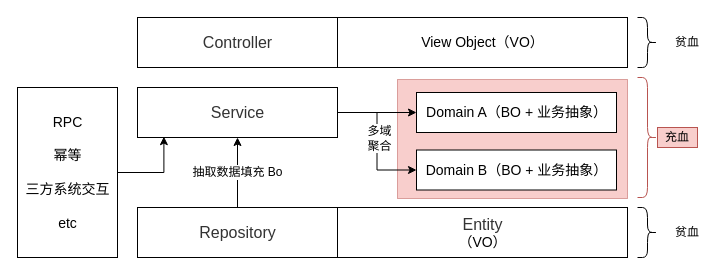
plusmancn/learn-arithmetic keeps this draw.io diagram as page "领域分层" (3 of 3) of material/设计模式.drawio. Above is the earlier version. Source tidied: cells renumbered, new cells numbered last; positions are measured from the earlier drawing's top-left corner, leaving out a move shared by most shapes. Both pictures are drawn from the tidied source at 100%, with x=0, y=0 at pixel (17, 17).
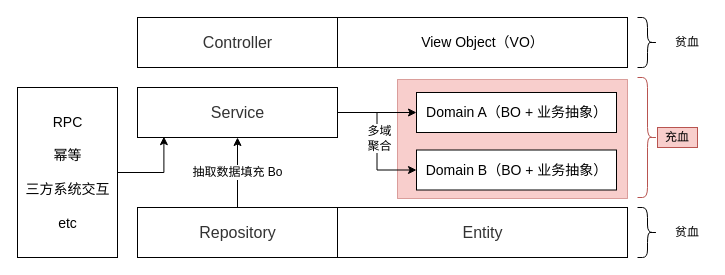
After the change.

Change to the diagram source:
```diff
@@
-    <mxCell id="8" value="&lt;span style=&quot;color: rgb(51 , 51 , 51) ; font-family: &amp;#34;pingfang sc&amp;#34; , &amp;#34;lantinghei sc&amp;#34; , &amp;#34;microsoft yahei&amp;#34; , &amp;#34;hiragino sans gb&amp;#34; , &amp;#34;microsoft sans serif&amp;#34; , &amp;#34;wenquanyi micro hei&amp;#34; , &amp;#34;helvetica&amp;#34; , sans-serif ; font-size: 16px ; white-space: normal ; background-color: rgb(255 , 255 , 255)&quot;&gt;Entity&lt;/span&gt;（VO）" style="html=1;fontSize=14;" parent="1" vertex="1">
+    <mxCell id="8" value="&lt;span style=&quot;color: rgb(51 , 51 , 51) ; font-family: &amp;#34;pingfang sc&amp;#34; , &amp;#34;lantinghei sc&amp;#34; , &amp;#34;microsoft yahei&amp;#34; , &amp;#34;hiragino sans gb&amp;#34; , &amp;#34;microsoft sans serif&amp;#34; , &amp;#34;wenquanyi micro hei&amp;#34; , &amp;#34;helvetica&amp;#34; , sans-serif ; font-size: 16px ; white-space: normal ; background-color: rgb(255 , 255 , 255)&quot;&gt;Entity&lt;/span&gt;" style="html=1;fontSize=14;" parent="1" vertex="1">
       <mxGeometry x="320" y="190" width="290" height="50" as="geometry" />
     </mxCell>
```
